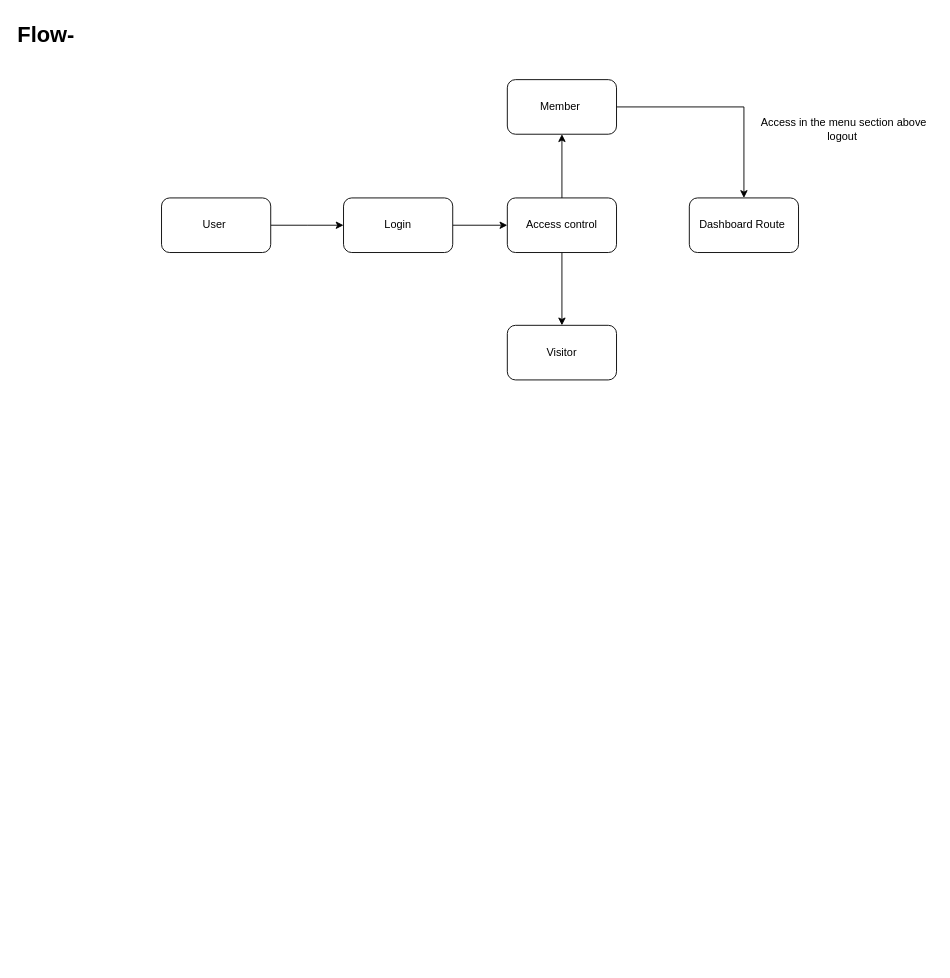
Tushar7436/IEEE-Web keeps this draw.io diagram as page "Backend(Dashboard)" (2 of 2) of IEEE.drawio. Above is the earlier version. Source tidied: cells renumbered, new cells numbered last; positions are measured from the earlier drawing's top-left corner, leaving out a move shared by most shapes. Both pictures are drawn from the tidied source at 91%, with x=0, y=0 at pixel (15, 15).
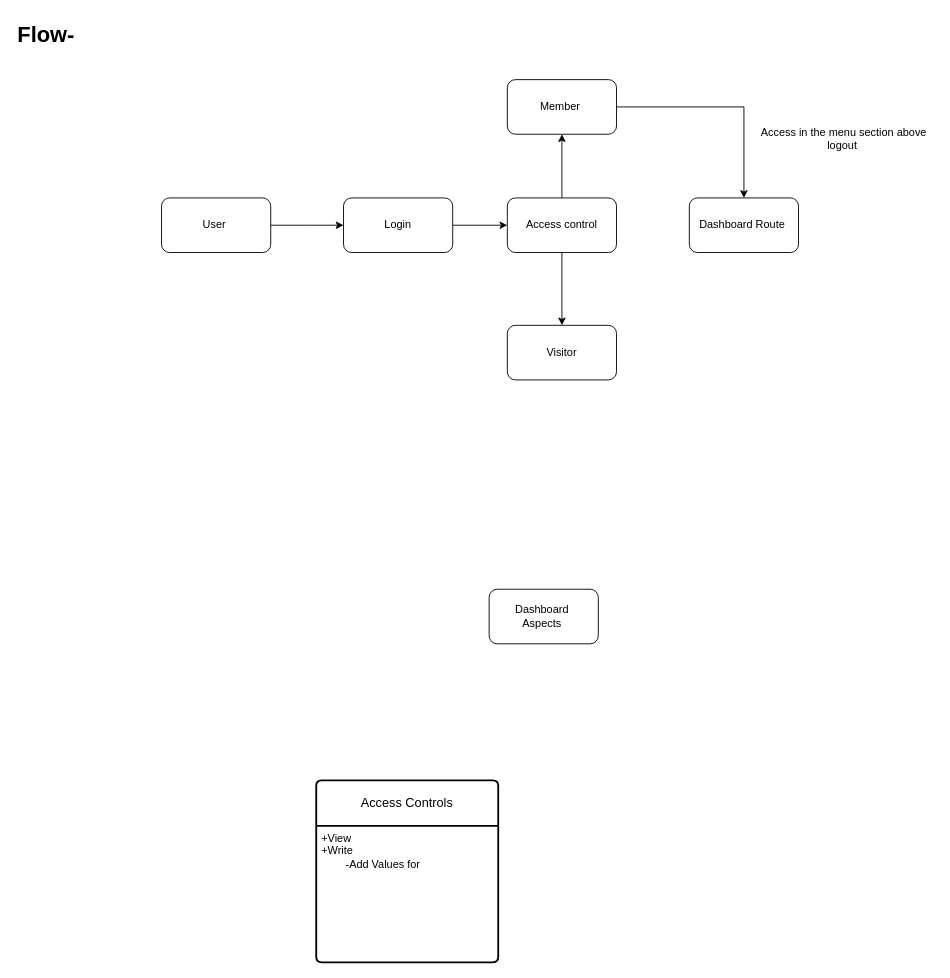
The same diagram, later.

The edit, as a diff of the source:
```diff
@@
 <mxGraphModel>
   <root>
     <mxCell id="0" />
     <mxCell id="1" parent="0" />
     <mxCell id="2" style="edgeStyle=orthogonalEdgeStyle;rounded=0;jettySize=auto;html=1;" parent="1" edge="1" source="3">
       <mxGeometry relative="1" as="geometry">
         <mxPoint x="360" y="230" as="targetPoint" />
       </mxGeometry>
     </mxCell>
     <mxCell id="3" value="User&amp;nbsp;" style="rounded=1;whiteSpace=wrap;html=1;" parent="1" vertex="1">
       <mxGeometry x="160" y="200" width="120" height="60" as="geometry" />
     </mxCell>
     <mxCell id="4" style="edgeStyle=orthogonalEdgeStyle;rounded=0;jettySize=auto;html=1;exitX=1;exitY=0.5;exitDx=0;exitDy=0;entryX=0.5;entryY=0;entryDx=0;entryDy=0;" parent="1" edge="1" source="5" target="12">
       <mxGeometry relative="1" as="geometry" />
     </mxCell>
     <mxCell id="5" value="Member&amp;nbsp;" style="rounded=1;whiteSpace=wrap;html=1;" parent="1" vertex="1">
       <mxGeometry x="540" y="70" width="120" height="60" as="geometry" />
     </mxCell>
     <mxCell id="6" value="Visitor" style="rounded=1;whiteSpace=wrap;html=1;" parent="1" vertex="1">
       <mxGeometry x="540" y="340" width="120" height="60" as="geometry" />
     </mxCell>
     <mxCell id="7" style="edgeStyle=orthogonalEdgeStyle;rounded=0;jettySize=auto;html=1;" parent="1" edge="1" source="8">
       <mxGeometry relative="1" as="geometry">
         <mxPoint x="540" y="230" as="targetPoint" />
       </mxGeometry>
     </mxCell>
     <mxCell id="8" value="Login" style="rounded=1;whiteSpace=wrap;html=1;" parent="1" vertex="1">
       <mxGeometry x="360" y="200" width="120" height="60" as="geometry" />
     </mxCell>
     <mxCell id="9" style="edgeStyle=orthogonalEdgeStyle;rounded=0;jettySize=auto;html=1;entryX=0.5;entryY=0;entryDx=0;entryDy=0;" parent="1" edge="1" source="11" target="6">
       <mxGeometry relative="1" as="geometry" />
     </mxCell>
     <mxCell id="10" style="edgeStyle=orthogonalEdgeStyle;rounded=0;jettySize=auto;html=1;entryX=0.5;entryY=1;entryDx=0;entryDy=0;" parent="1" edge="1" source="11" target="5">
       <mxGeometry relative="1" as="geometry" />
     </mxCell>
     <mxCell id="11" value="Access control" style="rounded=1;whiteSpace=wrap;html=1;" parent="1" vertex="1">
       <mxGeometry x="540" y="200" width="120" height="60" as="geometry" />
     </mxCell>
     <mxCell id="12" value="Dashboard Route&amp;nbsp;" style="rounded=1;whiteSpace=wrap;html=1;" parent="1" vertex="1">
       <mxGeometry x="740" y="200" width="120" height="60" as="geometry" />
     </mxCell>
     <mxCell id="13" value="&lt;h1 style=&quot;margin-top: 0px;&quot;&gt;Flow-&amp;nbsp;&lt;/h1&gt;&lt;h1 style=&quot;margin-top: 0px;&quot;&gt;&lt;br&gt;&lt;/h1&gt;" style="text;html=1;whiteSpace=wrap;overflow=hidden;rounded=0;" parent="1" vertex="1">
       <mxGeometry width="180" height="40" as="geometry" />
     </mxCell>
     <mxCell id="14" value="Access in the menu section above logout&amp;nbsp;" style="text;html=1;align=center;verticalAlign=middle;whiteSpace=wrap;rounded=0;" parent="1" vertex="1">
-      <mxGeometry x="810" y="110" width="200" height="30" as="geometry" />
+      <mxGeometry x="810" y="120" width="200" height="30" as="geometry" />
     </mxCell>
+    <mxCell id="15" value="Dashboard&amp;nbsp;&lt;br&gt;Aspects&amp;nbsp;" style="rounded=1;whiteSpace=wrap;html=1;" parent="1" vertex="1">
+      <mxGeometry x="520" y="630" width="120" height="60" as="geometry" />
+    </mxCell>
+    <mxCell id="16" value="Access Controls" style="swimlane;horizontal=1;startSize=50;rounded=1;fontSize=14;fontStyle=0;strokeWidth=2;shadow=0;dashed=0;align=center;arcSize=4;whiteSpace=wrap;html=1;" parent="1" vertex="1">
+      <mxGeometry x="330" y="840" width="200" height="200" as="geometry" />
+    </mxCell>
+    <mxCell id="17" value="&lt;div&gt;+View&lt;br&gt;+Write&amp;nbsp;&amp;nbsp;&lt;br&gt;&lt;span style=&quot;white-space: pre;&quot;&gt;&#9;&lt;/span&gt;-Add Values for&amp;nbsp; &amp;nbsp;&lt;br&gt;&lt;/div&gt;" style="align=left;strokeColor=none;fillColor=none;spacingLeft=4;fontSize=12;verticalAlign=top;html=1;" parent="16" vertex="1">
+      <mxGeometry y="50" width="200" height="150" as="geometry" />
+    </mxCell>
   </root>
 </mxGraphModel>
```
